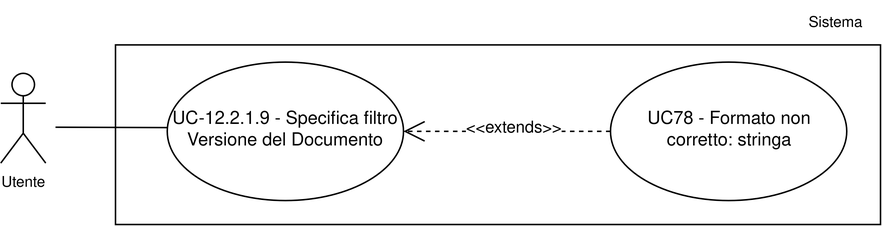
7-ZPUs/Docs keeps this draw.io diagram as assets/uml/UC12.2.1.9.png. Above is the earlier version. Source tidied: cells renumbered, new cells last; positions are measured from the earlier drawing's top-left corner, leaving out a move shared by most shapes.
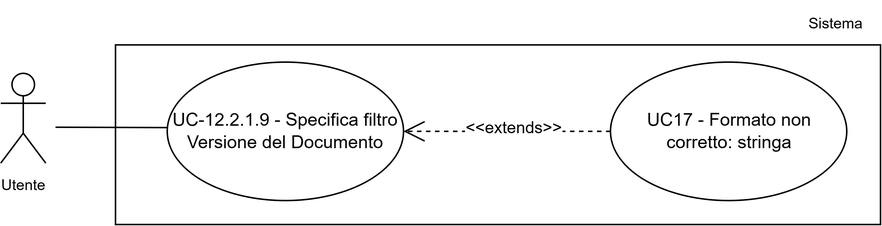
The same file after the commit.

Change to the diagram source:
```diff
@@ -20,7 +20,7 @@
     <mxCell id="6" value="&lt;div&gt;UC-12.2.1.9 - Specifica filtro Versione del Documento&lt;/div&gt;" style="ellipse;whiteSpace=wrap;html=1;" parent="1" vertex="1">
       <mxGeometry x="111" y="42" width="157.5" height="92.5" as="geometry" />
     </mxCell>
-    <mxCell id="7" value="&lt;div&gt;UC78 -&amp;nbsp;Formato non corretto: stringa&lt;/div&gt;" style="ellipse;whiteSpace=wrap;html=1;" parent="1" vertex="1">
+    <mxCell id="7" value="&lt;div&gt;UC17 -&amp;nbsp;Formato non corretto: stringa&lt;/div&gt;" style="ellipse;whiteSpace=wrap;html=1;" parent="1" vertex="1">
       <mxGeometry x="406.5" y="42" width="157.5" height="92.5" as="geometry" />
     </mxCell>
     <mxCell id="8" value="&amp;lt;&amp;lt;extends&amp;gt;&amp;gt;" style="endArrow=open;endSize=12;dashed=1;html=1;rounded=0;entryX=1;entryY=0.5;entryDx=0;entryDy=0;exitX=0;exitY=0.5;exitDx=0;exitDy=0;" parent="1" edge="1" source="7" target="6">
```
